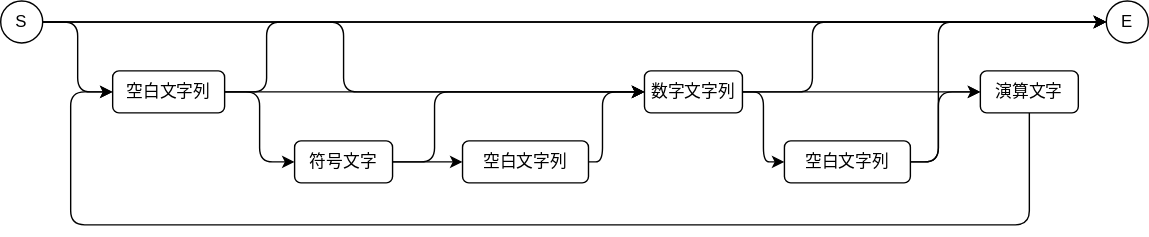
Above: docs/img/BasicSyntax.drawio.svg in kazumatu981/FormulaTokenizer (draw.io), before the change. Source tidied: cells renumbered, new cells last; positions are measured from the earlier drawing's top-left corner, leaving out a move shared by most shapes.
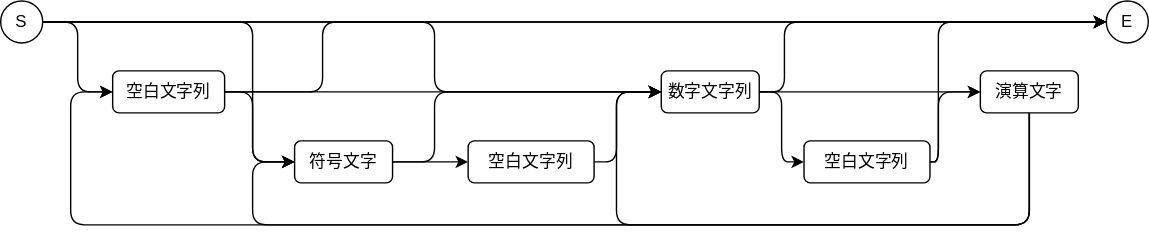
Above is the later version.

Commit message:
update Abstract Design.

Change to the diagram source:
```diff
@@ -9,19 +9,37 @@
       <mxGeometry relative="1" as="geometry" />
     </mxCell>
     <mxCell id="4" style="edgeStyle=orthogonalEdgeStyle;html=1;entryX=0;entryY=0.5;entryDx=0;entryDy=0;" parent="1" edge="1" source="5" target="16">
-      <mxGeometry relative="1" as="geometry" />
+      <mxGeometry relative="1" as="geometry">
+        <Array as="points">
+          <mxPoint x="310" y="15" />
+          <mxPoint x="310" y="65" />
+        </Array>
+      </mxGeometry>
     </mxCell>
+    <mxCell id="25" style="edgeStyle=orthogonalEdgeStyle;html=1;entryX=0;entryY=0.5;entryDx=0;entryDy=0;" parent="1" edge="1" source="5" target="12">
+      <mxGeometry relative="1" as="geometry">
+        <Array as="points">
+          <mxPoint x="180" y="15" />
+          <mxPoint x="180" y="115" />
+        </Array>
+      </mxGeometry>
+    </mxCell>
     <mxCell id="5" value="S" style="ellipse;whiteSpace=wrap;html=1;" parent="1" vertex="1">
       <mxGeometry width="30" height="30" as="geometry" />
     </mxCell>
     <mxCell id="6" style="edgeStyle=orthogonalEdgeStyle;html=1;entryX=0;entryY=0.5;entryDx=0;entryDy=0;" parent="1" edge="1" source="9" target="12">
-      <mxGeometry relative="1" as="geometry" />
+      <mxGeometry relative="1" as="geometry">
+        <Array as="points">
+          <mxPoint x="180" y="65" />
+          <mxPoint x="180" y="115" />
+        </Array>
+      </mxGeometry>
     </mxCell>
     <mxCell id="7" style="edgeStyle=orthogonalEdgeStyle;html=1;entryX=0;entryY=0.5;entryDx=0;entryDy=0;" parent="1" edge="1" source="9" target="21">
       <mxGeometry relative="1" as="geometry">
         <Array as="points">
-          <mxPoint x="190" y="65" />
-          <mxPoint x="190" y="15" />
+          <mxPoint x="230" y="65" />
+          <mxPoint x="230" y="15" />
         </Array>
       </mxGeometry>
     </mxCell>
@@ -51,8 +69,8 @@
     <mxCell id="14" style="edgeStyle=orthogonalEdgeStyle;html=1;entryX=0;entryY=0.5;entryDx=0;entryDy=0;" parent="1" edge="1" source="16" target="21">
       <mxGeometry relative="1" as="geometry">
         <Array as="points">
-          <mxPoint x="580" y="65" />
-          <mxPoint x="580" y="15" />
+          <mxPoint x="560" y="65" />
+          <mxPoint x="560" y="15" />
         </Array>
       </mxGeometry>
     </mxCell>
@@ -60,7 +78,7 @@
       <mxGeometry relative="1" as="geometry" />
     </mxCell>
     <mxCell id="16" value="数字文字列" style="rounded=1;whiteSpace=wrap;html=1;" parent="1" vertex="1">
-      <mxGeometry x="460" y="50" width="70" height="30" as="geometry" />
+      <mxGeometry x="472" y="50" width="70" height="30" as="geometry" />
     </mxCell>
     <mxCell id="17" style="edgeStyle=orthogonalEdgeStyle;html=1;entryX=0;entryY=0.5;entryDx=0;entryDy=0;" parent="1" edge="1" source="18" target="9">
       <mxGeometry relative="1" as="geometry">
@@ -71,19 +89,37 @@
         </Array>
       </mxGeometry>
     </mxCell>
+    <mxCell id="26" style="edgeStyle=orthogonalEdgeStyle;html=1;entryX=0;entryY=0.5;entryDx=0;entryDy=0;" parent="1" edge="1" source="18" target="16">
+      <mxGeometry relative="1" as="geometry">
+        <Array as="points">
+          <mxPoint x="735" y="160" />
+          <mxPoint x="440" y="160" />
+          <mxPoint x="440" y="65" />
+        </Array>
+      </mxGeometry>
+    </mxCell>
+    <mxCell id="27" style="edgeStyle=orthogonalEdgeStyle;html=1;entryX=0;entryY=0.5;entryDx=0;entryDy=0;" parent="1" edge="1" source="18" target="12">
+      <mxGeometry relative="1" as="geometry">
+        <Array as="points">
+          <mxPoint x="735" y="160" />
+          <mxPoint x="180" y="160" />
+          <mxPoint x="180" y="115" />
+        </Array>
+      </mxGeometry>
+    </mxCell>
     <mxCell id="18" value="演算文字" style="rounded=1;whiteSpace=wrap;html=1;" parent="1" vertex="1">
       <mxGeometry x="700" y="50" width="70" height="30" as="geometry" />
     </mxCell>
     <mxCell id="19" style="edgeStyle=orthogonalEdgeStyle;html=1;" parent="1" edge="1" source="20" target="16">
       <mxGeometry relative="1" as="geometry">
         <Array as="points">
-          <mxPoint x="430" y="115" />
-          <mxPoint x="430" y="65" />
+          <mxPoint x="440" y="115" />
+          <mxPoint x="440" y="65" />
         </Array>
       </mxGeometry>
     </mxCell>
     <mxCell id="20" value="空白文字列" style="rounded=1;whiteSpace=wrap;html=1;" parent="1" vertex="1">
-      <mxGeometry x="330" y="100" width="90" height="30" as="geometry" />
+      <mxGeometry x="334" y="100" width="90" height="30" as="geometry" />
     </mxCell>
     <mxCell id="21" value="E" style="ellipse;whiteSpace=wrap;html=1;" parent="1" vertex="1">
       <mxGeometry x="790" width="30" height="30" as="geometry" />
@@ -105,7 +141,7 @@
       </mxGeometry>
     </mxCell>
     <mxCell id="24" value="空白文字列" style="rounded=1;whiteSpace=wrap;html=1;" parent="1" vertex="1">
-      <mxGeometry x="560" y="100" width="90" height="30" as="geometry" />
+      <mxGeometry x="574" y="100" width="90" height="30" as="geometry" />
     </mxCell>
   </root>
 </mxGraphModel>
```
